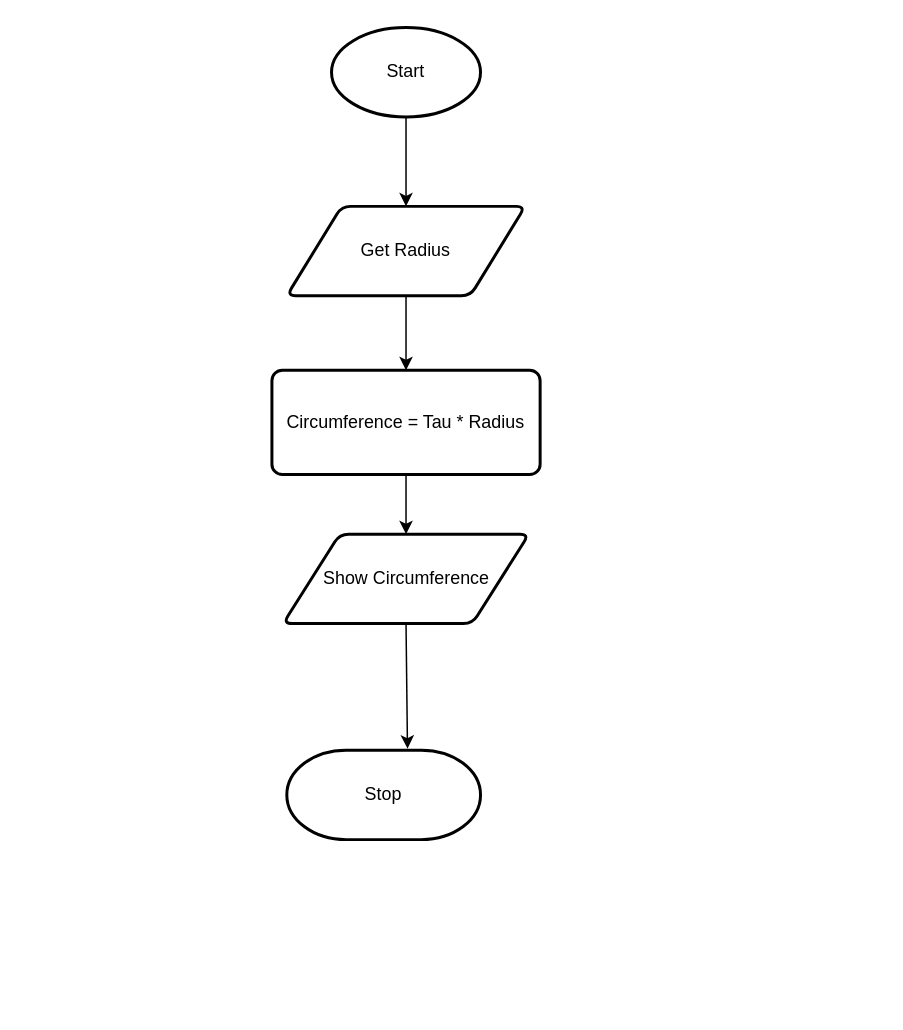
Earlier version of the draw.io diagram flowchart.drawio (Ethan-Prieur1/ICS3U-Unit4-05-Python). Source tidied: cells renumbered, new cells numbered last; positions are measured from the earlier drawing's top-left corner, leaving out a move shared by most shapes. Both pictures are drawn from the tidied source at 149%, with x=0, y=0 at pixel (271, 27).
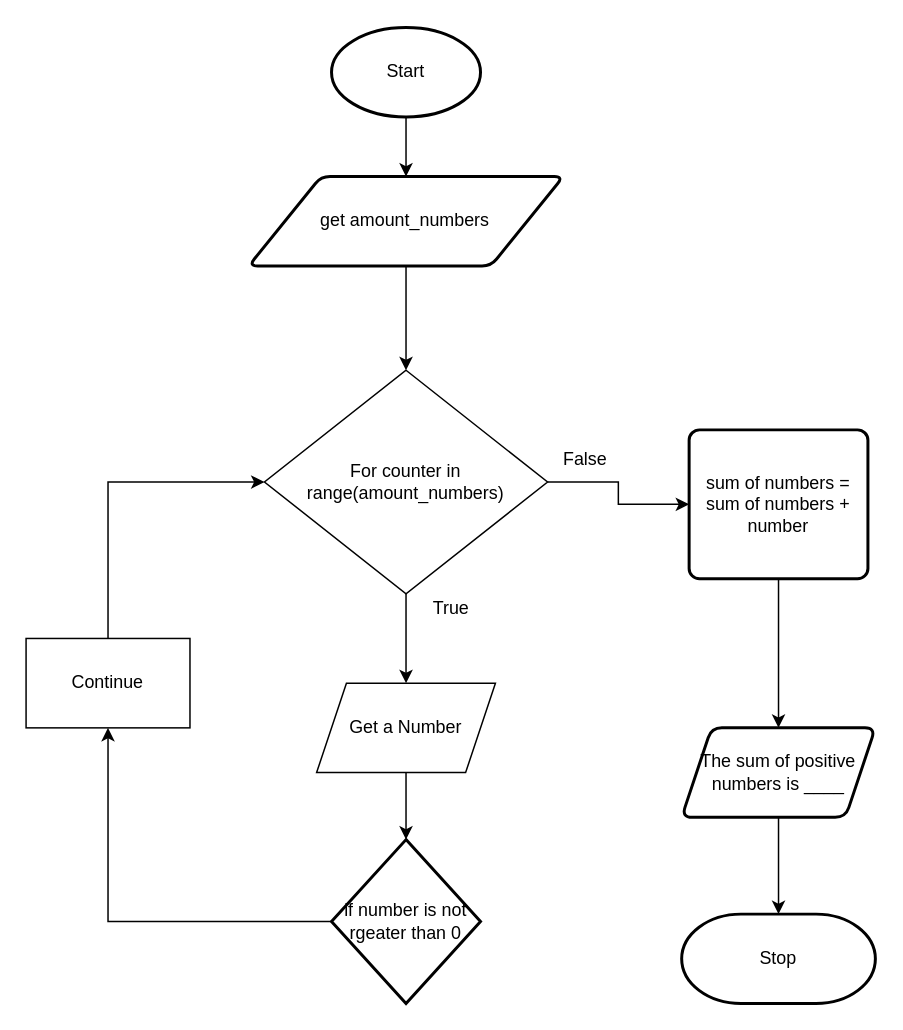
Above is the later version.

Change to the diagram source:
```diff
@@
-    <mxCell id="4" style="edgeStyle=none;html=1;exitX=0.5;exitY=1;exitDx=0;exitDy=0;entryX=0.5;entryY=0;entryDx=0;entryDy=0;" parent="1" edge="1" source="5" target="7">
-      <mxGeometry relative="1" as="geometry" />
+    <mxCell id="4" style="edgeStyle=none;html=1;exitX=0.5;exitY=1;exitDx=0;exitDy=0;entryX=0.5;entryY=0;entryDx=0;entryDy=0;" parent="1" edge="1" source="5">
+      <mxGeometry relative="1" as="geometry">
+        <mxPoint x="90" y="230" as="targetPoint" />
+      </mxGeometry>
     </mxCell>
-    <mxCell id="5" value="Get Radius" style="shape=parallelogram;html=1;strokeWidth=2;perimeter=parallelogramPerimeter;whiteSpace=wrap;rounded=1;arcSize=12;size=0.23;" parent="1" vertex="1">
-      <mxGeometry x="10" y="120" width="160" height="60" as="geometry" />
+    <mxCell id="5" value="get amount_numbers" style="shape=parallelogram;html=1;strokeWidth=2;perimeter=parallelogramPerimeter;whiteSpace=wrap;rounded=1;arcSize=12;size=0.23;" parent="1" vertex="1">
+      <mxGeometry x="-15.6" y="100" width="211.2" height="60" as="geometry" />
     </mxCell>
-    <mxCell id="6" style="edgeStyle=none;html=1;exitX=0.5;exitY=1;exitDx=0;exitDy=0;entryX=0.5;entryY=0;entryDx=0;entryDy=0;" parent="1" edge="1" source="7" target="9">
-      <mxGeometry relative="1" as="geometry" />
-    </mxCell>
-    <mxCell id="7" value="Circumference = Tau * Radius" style="rounded=1;whiteSpace=wrap;html=1;absoluteArcSize=1;arcSize=14;strokeWidth=2;" parent="1" vertex="1">
-      <mxGeometry y="230" width="180" height="70" as="geometry" />
-    </mxCell>
+    <mxCell id="10" value="Stop" style="strokeWidth=2;html=1;shape=mxgraph.flowchart.terminator;whiteSpace=wrap;" parent="1" vertex="1">
+      <mxGeometry x="275" y="595" width="130" height="60" as="geometry" />
+    </mxCell>
+    <mxCell id="11" style="edgeStyle=none;html=1;" parent="1" edge="1" source="8" target="14">
+      <mxGeometry relative="1" as="geometry" />
+    </mxCell>
+    <mxCell id="12" style="edgeStyle=orthogonalEdgeStyle;rounded=0;html=1;exitX=1;exitY=0.5;exitDx=0;exitDy=0;entryX=0;entryY=0.5;entryDx=0;entryDy=0;" parent="1" edge="1" source="8" target="21">
+      <mxGeometry relative="1" as="geometry" />
+    </mxCell>
-    <mxCell id="8" style="edgeStyle=none;html=1;exitX=0.5;exitY=1;exitDx=0;exitDy=0;entryX=0.623;entryY=-0.017;entryDx=0;entryDy=0;entryPerimeter=0;" parent="1" edge="1" source="9" target="10">
-      <mxGeometry relative="1" as="geometry" />
+    <mxCell id="8" value="For counter in range(amount_numbers)" style="rhombus;whiteSpace=wrap;html=1;" parent="1" vertex="1">
+      <mxGeometry x="-5" y="230" width="190" height="150" as="geometry" />
     </mxCell>
-    <mxCell id="9" value="Show Circumference" style="shape=parallelogram;html=1;strokeWidth=2;perimeter=parallelogramPerimeter;whiteSpace=wrap;rounded=1;arcSize=12;size=0.23;" parent="1" vertex="1">
-      <mxGeometry x="7.5" y="340" width="165" height="60" as="geometry" />
-    </mxCell>
-    <mxCell id="10" value="Stop" style="strokeWidth=2;html=1;shape=mxgraph.flowchart.terminator;whiteSpace=wrap;" parent="1" vertex="1">
-      <mxGeometry x="10" y="485" width="130" height="60" as="geometry" />
-    </mxCell>
+    <mxCell id="13" style="edgeStyle=none;rounded=0;html=1;entryX=0.5;entryY=0;entryDx=0;entryDy=0;entryPerimeter=0;" parent="1" edge="1" source="14" target="18">
+      <mxGeometry relative="1" as="geometry" />
+    </mxCell>
+    <mxCell id="14" value="Get a Number" style="shape=parallelogram;perimeter=parallelogramPerimeter;whiteSpace=wrap;html=1;fixedSize=1;" parent="1" vertex="1">
+      <mxGeometry x="30" y="440" width="120" height="60" as="geometry" />
+    </mxCell>
+    <mxCell id="15" style="edgeStyle=orthogonalEdgeStyle;rounded=0;html=1;exitX=0.5;exitY=0;exitDx=0;exitDy=0;entryX=0;entryY=0.5;entryDx=0;entryDy=0;" parent="1" edge="1" source="16" target="8">
+      <mxGeometry relative="1" as="geometry" />
+    </mxCell>
+    <mxCell id="16" value="Continue" style="whiteSpace=wrap;html=1;" parent="1" vertex="1">
+      <mxGeometry x="-165" y="410" width="110" height="60" as="geometry" />
+    </mxCell>
+    <mxCell id="17" style="edgeStyle=orthogonalEdgeStyle;rounded=0;html=1;exitX=0;exitY=0.5;exitDx=0;exitDy=0;exitPerimeter=0;entryX=0.5;entryY=1;entryDx=0;entryDy=0;" parent="1" edge="1" source="18" target="16">
+      <mxGeometry relative="1" as="geometry" />
+    </mxCell>
+    <mxCell id="18" value="if number is not rgeater than 0" style="strokeWidth=2;html=1;shape=mxgraph.flowchart.decision;whiteSpace=wrap;" parent="1" vertex="1">
+      <mxGeometry x="40" y="545" width="100" height="110" as="geometry" />
+    </mxCell>
+    <mxCell id="19" value="True" style="text;html=1;align=center;verticalAlign=middle;strokeColor=none;fillColor=none;" parent="1" vertex="1">
+      <mxGeometry x="100" y="380" width="40" height="20" as="geometry" />
+    </mxCell>
+    <mxCell id="20" style="edgeStyle=orthogonalEdgeStyle;rounded=0;html=1;" parent="1" edge="1" source="21" target="24">
+      <mxGeometry relative="1" as="geometry" />
+    </mxCell>
+    <mxCell id="21" value="sum of numbers = sum of numbers + number" style="rounded=1;whiteSpace=wrap;html=1;absoluteArcSize=1;arcSize=14;strokeWidth=2;" parent="1" vertex="1">
+      <mxGeometry x="280" y="270" width="120" height="100" as="geometry" />
+    </mxCell>
+    <mxCell id="22" value="False" style="text;html=1;align=center;verticalAlign=middle;strokeColor=none;fillColor=none;" parent="1" vertex="1">
+      <mxGeometry x="185" y="280" width="50" height="20" as="geometry" />
+    </mxCell>
+    <mxCell id="23" style="edgeStyle=orthogonalEdgeStyle;rounded=0;html=1;entryX=0.5;entryY=0;entryDx=0;entryDy=0;entryPerimeter=0;" parent="1" edge="1" source="24" target="10">
+      <mxGeometry relative="1" as="geometry" />
+    </mxCell>
+    <mxCell id="24" value="The sum of positive numbers is ____" style="shape=parallelogram;perimeter=parallelogramPerimeter;whiteSpace=wrap;html=1;fixedSize=1;rounded=1;arcSize=14;strokeWidth=2;" parent="1" vertex="1">
+      <mxGeometry x="275" y="470" width="130" height="60" as="geometry" />
+    </mxCell>
```
